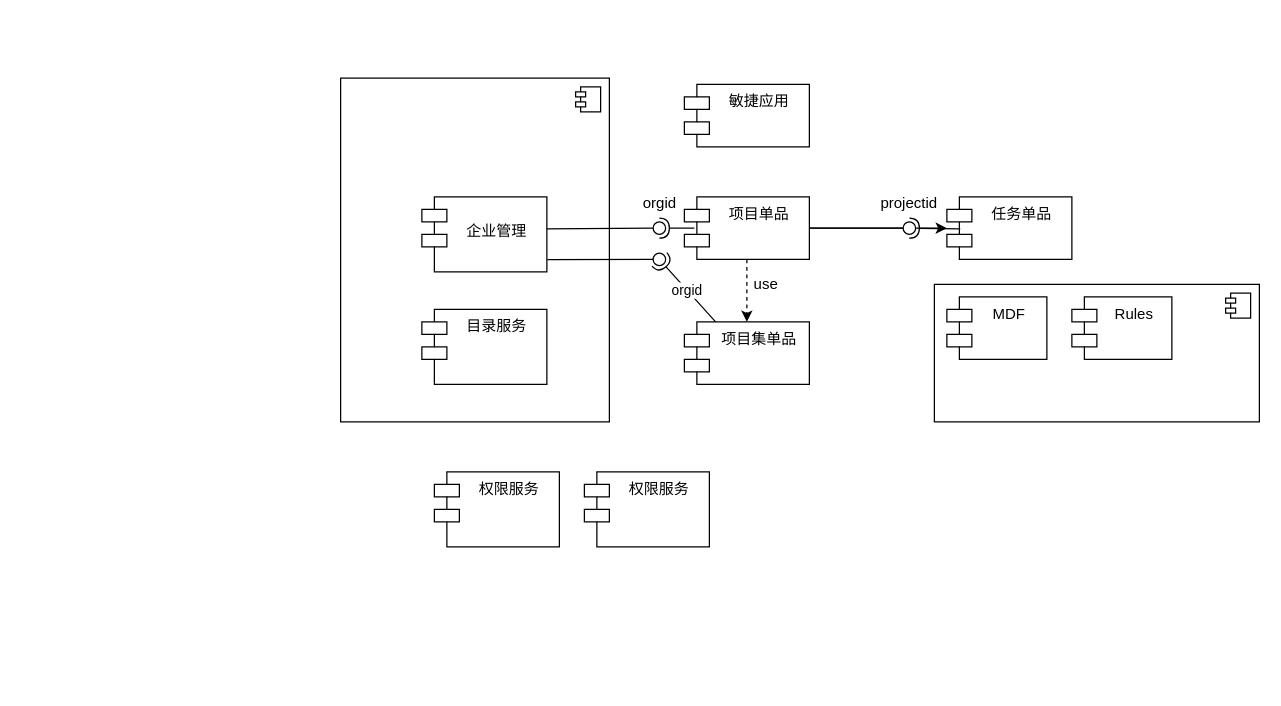
This is 项目.drawio from iamtangram/diagram, a draw.io file, before an edit. Source tidied: cells renumbered, new cells numbered last; positions are measured from the earlier drawing's top-left corner, leaving out a move shared by most shapes. Both pictures are drawn from the tidied source at 125%, with x=0, y=0 at pixel (340, 78).
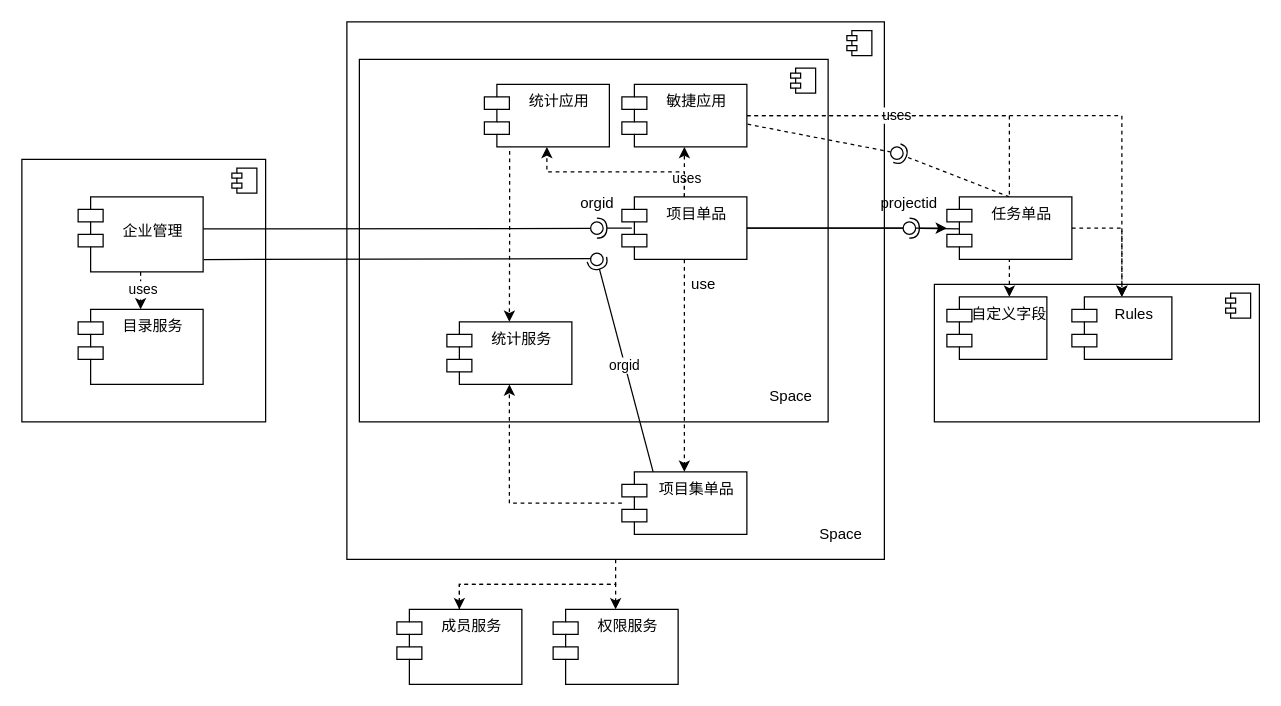
The same page after the edit.

The change refers to these unchanged cells:
```xml
<mxCell id="26" value="Rules" style="shape=module;align=left;spacingLeft=20;align=center;verticalAlign=top;" parent="1" vertex="1">
  <mxGeometry x="585" y="175" width="80" height="50" as="geometry" />
</mxCell>
```

The edit, as a diff of the source:
```diff
@@
+    <mxCell id="30" style="edgeStyle=orthogonalEdgeStyle;rounded=0;jettySize=auto;html=1;entryX=0.5;entryY=0;entryDx=0;entryDy=0;dashed=1;exitX=0.5;exitY=0;exitDx=0;exitDy=0;" parent="1" edge="1" source="29" target="28">
+      <mxGeometry relative="1" as="geometry" />
+    </mxCell>
+    <mxCell id="31" style="edgeStyle=orthogonalEdgeStyle;rounded=0;jettySize=auto;html=1;exitX=0.5;exitY=1;exitDx=0;exitDy=0;dashed=1;" parent="1" edge="1" source="32" target="29">
+      <mxGeometry relative="1" as="geometry" />
+    </mxCell>
+    <mxCell id="32" style="html=1;" parent="1" vertex="1">
+      <mxGeometry x="5" y="-45" width="430" height="430" as="geometry" />
+    </mxCell>
+    <mxCell id="33" style="shape=module;jettyWidth=8;jettyHeight=4;" parent="32" vertex="1">
+      <mxGeometry x="1" width="20" height="20" relative="1" as="geometry">
+        <mxPoint x="-30" y="7" as="offset" />
+      </mxGeometry>
+    </mxCell>
+    <mxCell id="34" style="html=1;" parent="1" vertex="1">
+      <mxGeometry x="15" y="-15" width="375" height="290" as="geometry" />
+    </mxCell>
+    <mxCell id="35" style="shape=module;jettyWidth=8;jettyHeight=4;" parent="34" vertex="1">
+      <mxGeometry x="1" width="20" height="20" relative="1" as="geometry">
+        <mxPoint x="-30" y="7" as="offset" />
+      </mxGeometry>
+    </mxCell>
     <mxCell id="2" style="html=1;" parent="1" vertex="1">
-      <mxGeometry width="215" height="275" as="geometry" />
+      <mxGeometry x="-255" y="65" width="195" height="210" as="geometry" />
     </mxCell>
@@
+    <mxCell id="36" style="edgeStyle=orthogonalEdgeStyle;rounded=0;jettySize=auto;html=1;exitX=0.5;exitY=0;exitDx=0;exitDy=0;entryX=0.5;entryY=1;entryDx=0;entryDy=0;dashed=1;" parent="1" edge="1" source="8" target="23">
+      <mxGeometry relative="1" as="geometry" />
+    </mxCell>
+    <mxCell id="37" value="uses" style="edgeLabel;html=1;align=center;verticalAlign=middle;" parent="36" vertex="1">
+      <mxGeometry x="-0.19" y="-1" relative="1" as="geometry" />
+    </mxCell>
+    <mxCell id="38" style="edgeStyle=orthogonalEdgeStyle;rounded=0;jettySize=auto;html=1;exitX=0.5;exitY=0;exitDx=0;exitDy=0;entryX=0.5;entryY=1;entryDx=0;entryDy=0;dashed=1;" parent="1" edge="1" source="8" target="51">
+      <mxGeometry relative="1" as="geometry" />
+    </mxCell>
-    <mxCell id="8" value="项目单品" style="shape=module;align=left;spacingLeft=20;align=center;verticalAlign=top;" parent="1" vertex="1">
-      <mxGeometry x="275" y="95" width="100" height="50" as="geometry" />
+    <mxCell id="8" value="项目单品&#10;" style="shape=module;align=left;spacingLeft=20;align=center;verticalAlign=top;" parent="1" vertex="1">
+      <mxGeometry x="225" y="95" width="100" height="50" as="geometry" />
     </mxCell>
-    <mxCell id="9" style="rounded=0;jettySize=auto;html=1;endArrow=none;endFill=0;exitX=0.993;exitY=0.426;exitDx=0;exitDy=0;exitPerimeter=0;" parent="1" edge="1" source="12" target="11">
+    <mxCell id="9" style="rounded=0;jettySize=auto;html=1;endArrow=none;endFill=0;exitX=0.993;exitY=0.426;exitDx=0;exitDy=0;exitPerimeter=0;entryX=0.034;entryY=0.528;entryDx=0;entryDy=0;entryPerimeter=0;" parent="1" edge="1" source="12" target="11">
       <mxGeometry relative="1" as="geometry" />
     </mxCell>
     <mxCell id="10" style="rounded=0;jettySize=auto;html=1;endArrow=halfCircle;endFill=0;entryX=0.5;entryY=0.5;entryDx=0;entryDy=0;endSize=6;strokeWidth=1;" parent="1" edge="1" target="11">
       <mxGeometry relative="1" as="geometry">
-        <mxPoint x="283" y="120" as="sourcePoint" />
+        <mxPoint x="233" y="120" as="sourcePoint" />
       </mxGeometry>
     </mxCell>
     <mxCell id="11" style="ellipse;whiteSpace=wrap;html=1;fontFamily=Helvetica;fontSize=12;fontColor=#000000;align=center;strokeColor=#000000;fillColor=#ffffff;points=[];" parent="1" vertex="1">
-      <mxGeometry x="250" y="115" width="10" height="10" as="geometry" />
+      <mxGeometry x="200" y="115" width="10" height="10" as="geometry" />
     </mxCell>
+    <mxCell id="39" style="edgeStyle=orthogonalEdgeStyle;rounded=0;jettySize=auto;html=1;exitX=0.5;exitY=1;exitDx=0;exitDy=0;dashed=1;" parent="1" edge="1" source="12" target="27">
+      <mxGeometry relative="1" as="geometry" />
+    </mxCell>
+    <mxCell id="40" value="uses" style="edgeLabel;html=1;align=center;verticalAlign=middle;" parent="39" vertex="1">
+      <mxGeometry x="-0.49" y="1" relative="1" as="geometry" />
+    </mxCell>
     <mxCell id="12" value="&#10;企业管理" style="shape=module;align=left;spacingLeft=20;align=center;verticalAlign=top;" parent="1" vertex="1">
-      <mxGeometry x="65" y="95" width="100" height="60" as="geometry" />
+      <mxGeometry x="-210" y="95" width="100" height="60" as="geometry" />
     </mxCell>
-    <mxCell id="13" value="任务单品" style="shape=module;align=left;spacingLeft=20;align=center;verticalAlign=top;" parent="1" vertex="1">
-      <mxGeometry x="485" y="95" width="100" height="50" as="geometry" />
-    </mxCell>
@@
+    <mxCell id="41" style="edgeStyle=orthogonalEdgeStyle;rounded=0;jettySize=auto;html=1;dashed=1;" parent="1" edge="1" source="18" target="49">
+      <mxGeometry relative="1" as="geometry" />
+    </mxCell>
     <mxCell id="18" value="项目集单品" style="shape=module;align=left;spacingLeft=20;align=center;verticalAlign=top;" parent="1" vertex="1">
-      <mxGeometry x="275" y="195" width="100" height="50" as="geometry" />
+      <mxGeometry x="225" y="315" width="100" height="50" as="geometry" />
     </mxCell>
-    <mxCell id="19" style="rounded=0;jettySize=auto;html=1;endArrow=none;endFill=0;exitX=1.004;exitY=0.836;exitDx=0;exitDy=0;exitPerimeter=0;" parent="1" edge="1" source="12" target="21">
+    <mxCell id="19" style="rounded=0;jettySize=auto;html=1;endArrow=none;endFill=0;exitX=1.004;exitY=0.836;exitDx=0;exitDy=0;exitPerimeter=0;entryX=0.103;entryY=0.441;entryDx=0;entryDy=0;entryPerimeter=0;" parent="1" edge="1" source="12" target="21">
       <mxGeometry relative="1" as="geometry" />
     </mxCell>
@@
     <mxCell id="21" style="ellipse;whiteSpace=wrap;html=1;fontFamily=Helvetica;fontSize=12;fontColor=#000000;align=center;strokeColor=#000000;fillColor=#ffffff;points=[];" parent="1" vertex="1">
-      <mxGeometry x="250" y="140" width="10" height="10" as="geometry" />
+      <mxGeometry x="200" y="140" width="10" height="10" as="geometry" />
     </mxCell>
     <mxCell id="22" value="use" style="text;html=1;align=center;verticalAlign=middle;" parent="1" vertex="1">
-      <mxGeometry x="325" y="155" width="30" height="20" as="geometry" />
+      <mxGeometry x="275" y="155" width="30" height="20" as="geometry" />
     </mxCell>
+    <mxCell id="42" style="edgeStyle=orthogonalEdgeStyle;rounded=0;jettySize=auto;html=1;exitX=1;exitY=0.5;exitDx=0;exitDy=0;dashed=1;" parent="1" edge="1" source="23" target="25">
+      <mxGeometry relative="1" as="geometry">
+        <Array as="points">
+          <mxPoint x="535" y="30" />
+        </Array>
+      </mxGeometry>
+    </mxCell>
+    <mxCell id="43" value="uses" style="edgeLabel;html=1;align=center;verticalAlign=middle;" parent="42" vertex="1">
+      <mxGeometry x="-0.33" y="1" relative="1" as="geometry" />
+    </mxCell>
+    <mxCell id="44" style="edgeStyle=orthogonalEdgeStyle;rounded=0;jettySize=auto;html=1;exitX=1;exitY=0.5;exitDx=0;exitDy=0;entryX=0.5;entryY=0;entryDx=0;entryDy=0;dashed=1;" parent="1" edge="1" source="23" target="26">
+      <mxGeometry relative="1" as="geometry" />
+    </mxCell>
     <mxCell id="23" value="敏捷应用" style="shape=module;align=left;spacingLeft=20;align=center;verticalAlign=top;" parent="1" vertex="1">
-      <mxGeometry x="275" y="5" width="100" height="50" as="geometry" />
+      <mxGeometry x="225" y="5" width="100" height="50" as="geometry" />
     </mxCell>
     <mxCell id="24" value="orgid" style="text;html=1;align=center;verticalAlign=middle;" parent="1" vertex="1">
-      <mxGeometry x="235" y="90" width="40" height="20" as="geometry" />
+      <mxGeometry x="185" y="90" width="40" height="20" as="geometry" />
     </mxCell>
-    <mxCell id="25" value="MDF" style="shape=module;align=left;spacingLeft=20;align=center;verticalAlign=top;" parent="1" vertex="1">
+    <mxCell id="25" value="自定义字段" style="shape=module;align=left;spacingLeft=20;align=center;verticalAlign=top;" parent="1" vertex="1">
       <mxGeometry x="485" y="175" width="80" height="50" as="geometry" />
     </mxCell>
@@
     <mxCell id="27" value="目录服务" style="shape=module;align=left;spacingLeft=20;align=center;verticalAlign=top;" parent="1" vertex="1">
-      <mxGeometry x="65" y="185" width="100" height="60" as="geometry" />
+      <mxGeometry x="-210" y="185" width="100" height="60" as="geometry" />
     </mxCell>
     <mxCell id="28" value="权限服务" style="shape=module;align=left;spacingLeft=20;align=center;verticalAlign=top;" parent="1" vertex="1">
-      <mxGeometry x="75" y="315" width="100" height="60" as="geometry" />
+      <mxGeometry x="170" y="425" width="100" height="60" as="geometry" />
     </mxCell>
-    <mxCell id="29" value="权限服务" style="shape=module;align=left;spacingLeft=20;align=center;verticalAlign=top;" parent="1" vertex="1">
-      <mxGeometry x="195" y="315" width="100" height="60" as="geometry" />
+    <mxCell id="29" value="成员服务" style="shape=module;align=left;spacingLeft=20;align=center;verticalAlign=top;" parent="1" vertex="1">
+      <mxGeometry x="45" y="425" width="100" height="60" as="geometry" />
     </mxCell>
+    <mxCell id="45" style="rounded=0;jettySize=auto;html=1;endArrow=none;endFill=0;dashed=1;exitX=1.005;exitY=0.637;exitDx=0;exitDy=0;exitPerimeter=0;" parent="1" edge="1" source="23" target="47">
+      <mxGeometry relative="1" as="geometry" />
+    </mxCell>
+    <mxCell id="46" style="rounded=0;jettySize=auto;html=1;endArrow=halfCircle;endFill=0;entryX=0.5;entryY=0.5;entryDx=0;entryDy=0;endSize=6;strokeWidth=1;dashed=1;exitX=0.5;exitY=0;exitDx=0;exitDy=0;" parent="1" edge="1" source="13" target="47">
+      <mxGeometry relative="1" as="geometry" />
+    </mxCell>
+    <mxCell id="47" style="ellipse;whiteSpace=wrap;html=1;fontFamily=Helvetica;fontSize=12;fontColor=#000000;align=center;strokeColor=#000000;fillColor=#ffffff;points=[];" parent="1" vertex="1">
+      <mxGeometry x="440" y="55" width="10" height="10" as="geometry" />
+    </mxCell>
+    <mxCell id="48" style="edgeStyle=orthogonalEdgeStyle;rounded=0;jettySize=auto;html=1;exitX=1;exitY=0.5;exitDx=0;exitDy=0;entryX=0.5;entryY=0;entryDx=0;entryDy=0;dashed=1;" parent="1" edge="1" source="13" target="26">
+      <mxGeometry relative="1" as="geometry" />
+    </mxCell>
+    <mxCell id="13" value="任务单品" style="shape=module;align=left;spacingLeft=20;align=center;verticalAlign=top;" parent="1" vertex="1">
+      <mxGeometry x="485" y="95" width="100" height="50" as="geometry" />
+    </mxCell>
+    <mxCell id="49" value="统计服务" style="shape=module;align=left;spacingLeft=20;align=center;verticalAlign=top;" parent="1" vertex="1">
+      <mxGeometry x="85" y="195" width="100" height="50" as="geometry" />
+    </mxCell>
+    <mxCell id="50" style="edgeStyle=orthogonalEdgeStyle;rounded=0;jettySize=auto;html=1;exitX=0.202;exitY=1.064;exitDx=0;exitDy=0;entryX=0.5;entryY=0;entryDx=0;entryDy=0;dashed=1;exitPerimeter=0;" parent="1" edge="1" source="51" target="49">
+      <mxGeometry relative="1" as="geometry" />
+    </mxCell>
+    <mxCell id="51" value="统计应用" style="shape=module;align=left;spacingLeft=20;align=center;verticalAlign=top;" parent="1" vertex="1">
+      <mxGeometry x="115" y="5" width="100" height="50" as="geometry" />
+    </mxCell>
+    <mxCell id="52" value="Space" style="text;html=1;align=center;verticalAlign=middle;" parent="1" vertex="1">
+      <mxGeometry x="335" y="245" width="50" height="20" as="geometry" />
+    </mxCell>
+    <mxCell id="53" value="Space" style="text;html=1;align=center;verticalAlign=middle;" parent="1" vertex="1">
+      <mxGeometry x="375" y="355" width="50" height="20" as="geometry" />
+    </mxCell>
```
